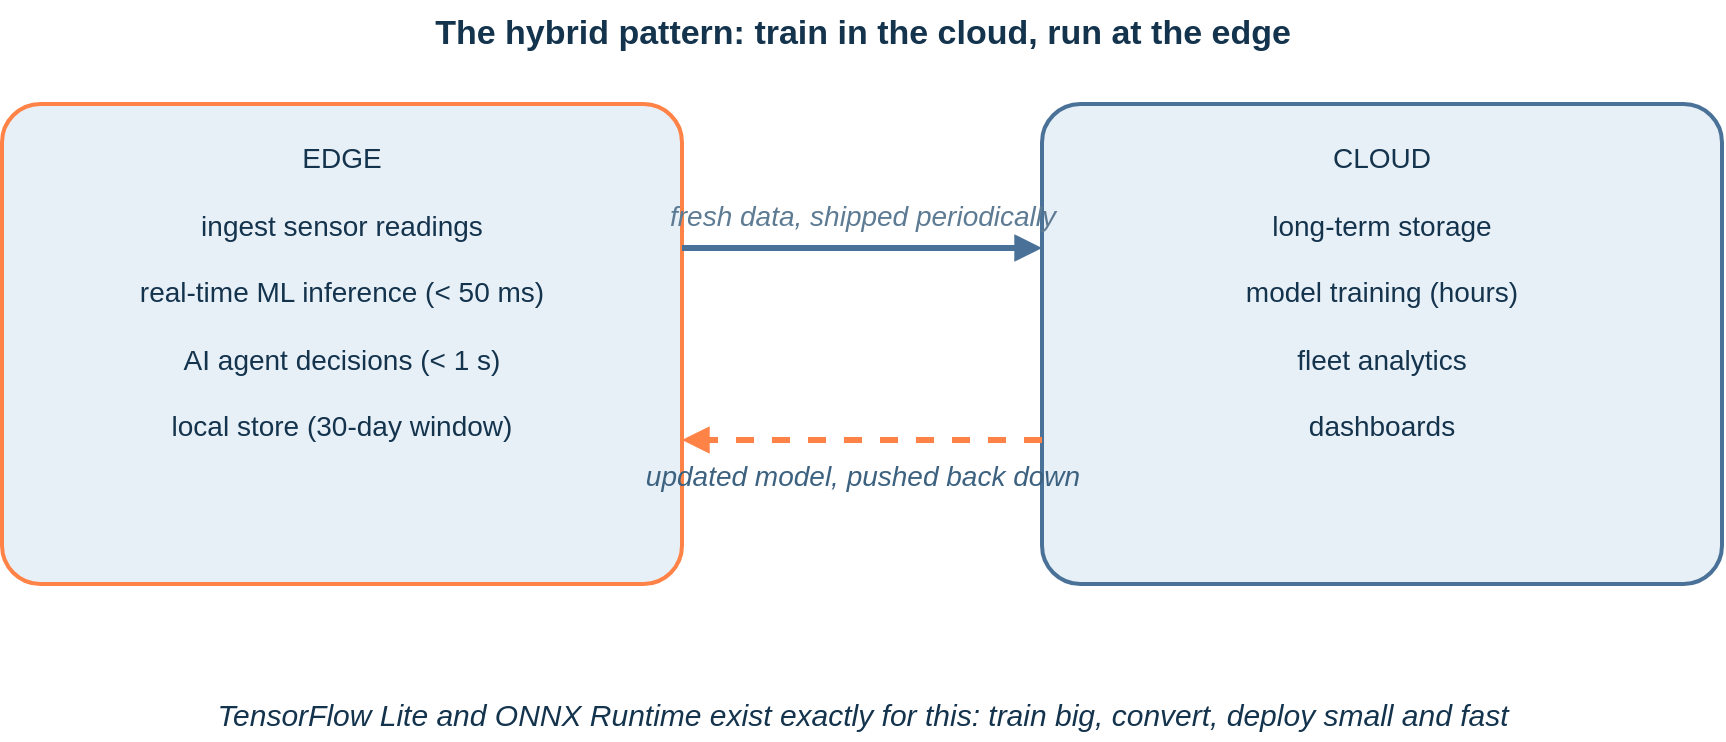
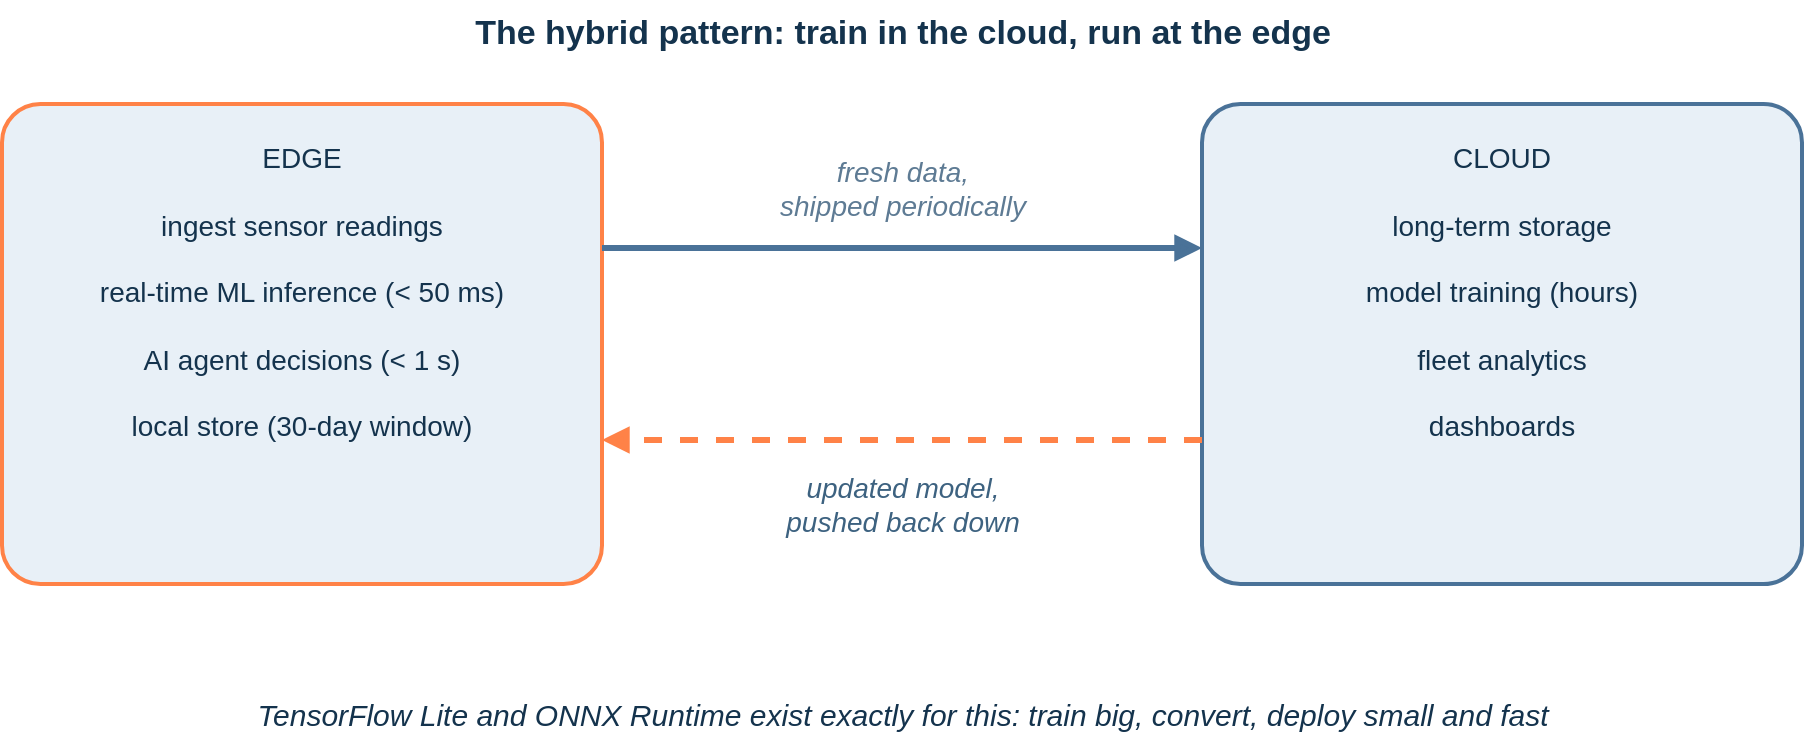
<mxfile host="app.diagrams.net">
  <diagram id="cn2-fig08" name="cn2-fig08">
    <mxGraphModel dx="1000" dy="600" grid="0" page="1" pageScale="1" pageWidth="1000" pageHeight="430" math="0" shadow="0" background="#FFFFFF">
      <root>
        <mxCell id="0"/>
        <mxCell id="1" parent="0"/>
        <mxCell id="title" value="The hybrid pattern: train in the cloud, run at the edge" style="text;html=1;align=center;fontColor=#14334D;fontSize=17;fontStyle=1;fontFamily=Helvetica;" vertex="1" parent="1">
          <mxGeometry x="100" y="18" width="800" height="28" as="geometry"/>
        </mxCell>
        <mxCell id="edge" value="EDGE&#10;&#10;ingest sensor readings&#10;&#10;real-time ML inference (&lt; 50 ms)&#10;&#10;AI agent decisions (&lt; 1 s)&#10;&#10;local store (30-day window)" style="rounded=1;whiteSpace=wrap;html=1;fillColor=#E8F0F7;strokeColor=#FF8247;strokeWidth=2;fontColor=#14334D;fontSize=14;fontFamily=Helvetica;verticalAlign=top;spacingTop=12;arcSize=8;" vertex="1" parent="1">
-           <mxGeometry x="70" y="70" width="340" height="240" as="geometry"/>
+           <mxGeometry x="50" y="70" width="300" height="240" as="geometry"/>
        </mxCell>
        <mxCell id="cloud" value="CLOUD&#10;&#10;long-term storage&#10;&#10;model training (hours)&#10;&#10;fleet analytics&#10;&#10;dashboards" style="rounded=1;whiteSpace=wrap;html=1;fillColor=#E8F0F7;strokeColor=#4A7298;strokeWidth=2;fontColor=#14334D;fontSize=14;fontFamily=Helvetica;verticalAlign=top;spacingTop=12;arcSize=8;" vertex="1" parent="1">
-           <mxGeometry x="590" y="70" width="340" height="240" as="geometry"/>
+           <mxGeometry x="650" y="70" width="300" height="240" as="geometry"/>
        </mxCell>
-         <mxCell id="f1" value="fresh data, shipped periodically" style="endArrow=block;html=1;strokeColor=#4A7298;strokeWidth=3;fontColor=#5E7B94;fontSize=14;fontStyle=2;fontFamily=Helvetica;labelBackgroundColor=none;exitX=1;exitY=0.3;entryX=0;entryY=0.3;" edge="1" parent="1" source="edge" target="cloud">
-           <mxGeometry relative="1" as="geometry"><mxPoint x="0" y="-16" as="offset"/></mxGeometry>
+         <mxCell id="f1" value="fresh data,&#10;shipped periodically" style="endArrow=block;html=1;strokeColor=#4A7298;strokeWidth=3;fontColor=#5E7B94;fontSize=14;fontStyle=2;fontFamily=Helvetica;labelBackgroundColor=none;exitX=1;exitY=0.3;entryX=0;entryY=0.3;" edge="1" parent="1" source="edge" target="cloud">
+           <mxGeometry relative="1" as="geometry"><mxPoint x="0" y="-30" as="offset"/></mxGeometry>
        </mxCell>
-         <mxCell id="f2" value="updated model, pushed back down" style="endArrow=block;html=1;strokeColor=#FF8247;strokeWidth=3;dashed=1;fontColor=#3D6280;fontSize=14;fontStyle=2;fontFamily=Helvetica;labelBackgroundColor=none;exitX=0;exitY=0.7;entryX=1;entryY=0.7;" edge="1" parent="1" source="cloud" target="edge">
-           <mxGeometry relative="1" as="geometry"><mxPoint x="0" y="18" as="offset"/></mxGeometry>
+         <mxCell id="f2" value="updated model,&#10;pushed back down" style="endArrow=block;html=1;strokeColor=#FF8247;strokeWidth=3;dashed=1;fontColor=#3D6280;fontSize=14;fontStyle=2;fontFamily=Helvetica;labelBackgroundColor=none;exitX=0;exitY=0.7;entryX=1;entryY=0.7;" edge="1" parent="1" source="cloud" target="edge">
+           <mxGeometry relative="1" as="geometry"><mxPoint x="0" y="32" as="offset"/></mxGeometry>
        </mxCell>
        <mxCell id="cap" value="TensorFlow Lite and ONNX Runtime exist exactly for this: train big, convert, deploy small and fast" style="text;html=1;align=center;fontColor=#14334D;fontSize=15;fontStyle=2;fontFamily=Helvetica;" vertex="1" parent="1">
          <mxGeometry x="100" y="360" width="800" height="28" as="geometry"/>
        </mxCell>
      </root>
    </mxGraphModel>
  </diagram>
</mxfile>
